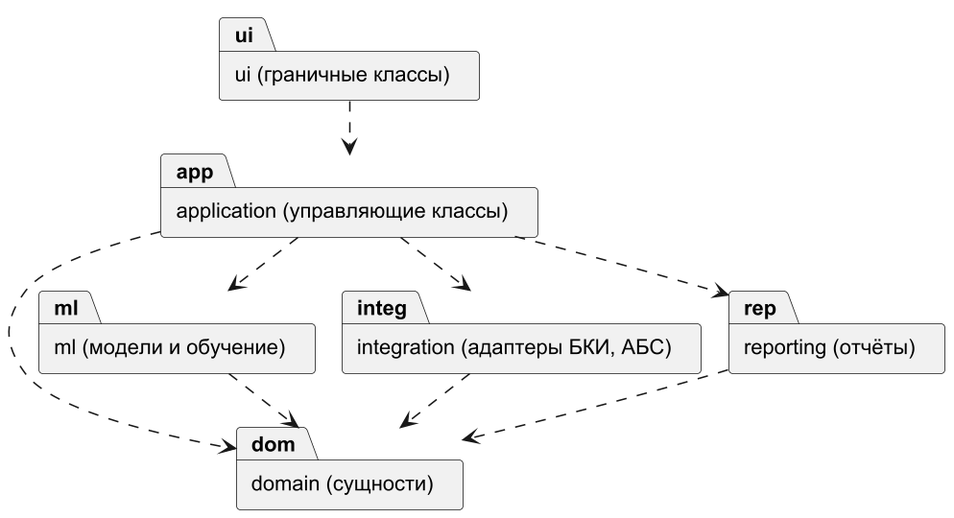
Above: diagrams/uml_packages.png in DarkSwordman999/credit-scoring-dss (PlantUML), before the change.
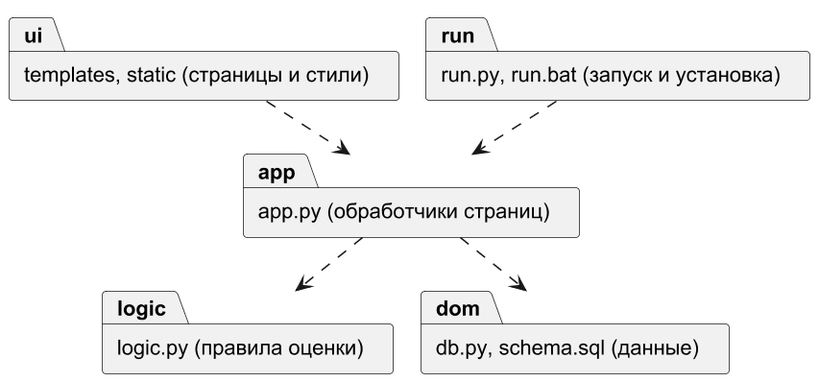
Later version of the same file.

What changed in the source:
```diff
@@ -4,18 +4,13 @@
 skinparam defaultFontName Arial
 skinparam shadowing false
 skinparam monochrome true
-package "ui (граничные классы)" as ui
-package "application (управляющие классы)" as app
-package "domain (сущности)" as dom
-package "ml (модели и обучение)" as ml
-package "integration (адаптеры БКИ, АБС)" as integ
-package "reporting (отчёты)" as rep
+package "templates, static (страницы и стили)" as ui
+package "app.py (обработчики страниц)" as app
+package "logic.py (правила оценки)" as logic
+package "db.py, schema.sql (данные)" as dom
+package "run.py, run.bat (запуск и установка)" as run
 ui ..> app
+app ..> logic
 app ..> dom
-app ..> ml
-app ..> integ
-app ..> rep
-ml ..> dom
-rep ..> dom
-integ ..> dom
+run ..> app
 @enduml
```
